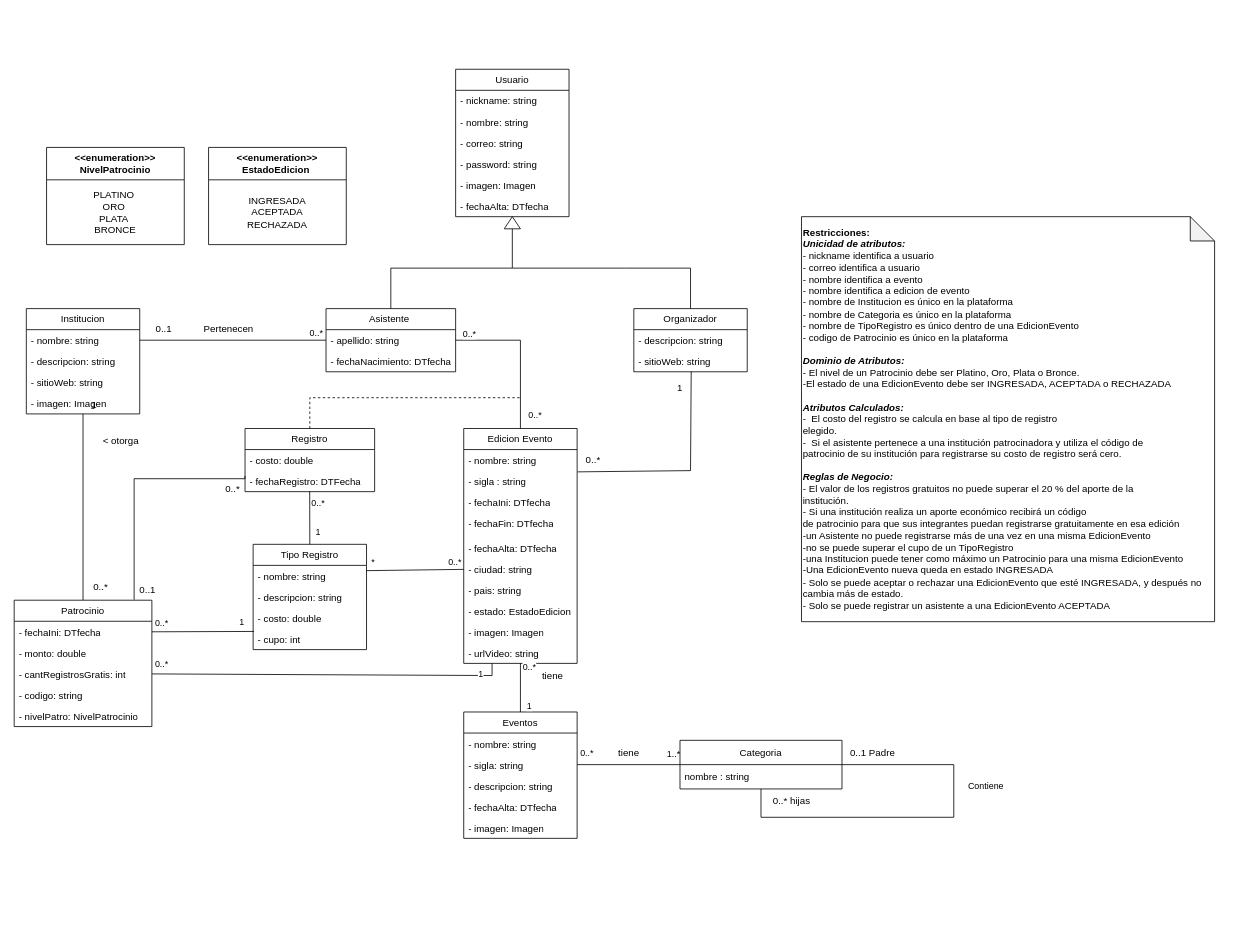
Before: page "ModeloDeDominio" (1 of 2) of docs/ModeloGeneral.drawio.xml in palomacabrera-igl/eventos-uy, a draw.io diagram. Source tidied: cells renumbered, new cells numbered last; positions are measured from the earlier drawing's top-left corner, leaving out a move shared by most shapes. Both pictures are drawn from the tidied source at 81%, with x=0, y=0 at pixel (14, 69).
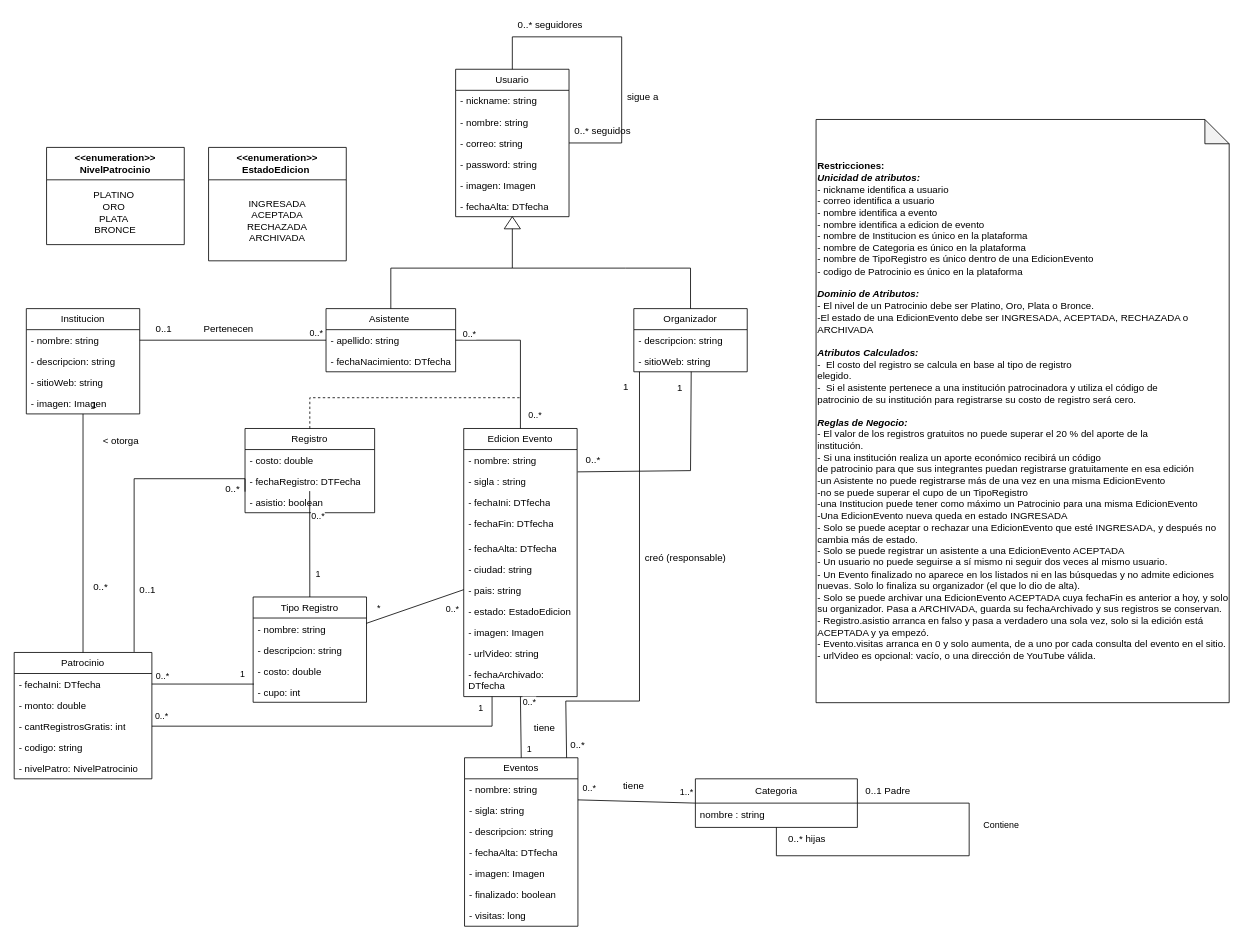
After the change.

The change refers to these unchanged cells:
```xml
<mxCell id="2" value="Usuario" style="swimlane;fontStyle=0;horizontal=1;startSize=26;fillColor=none;whiteSpace=wrap;html=1;strokeColor=light-dark(#000000,#FF3333);rounded=0;" parent="1" vertex="1">
  <mxGeometry x="545" width="140" height="182" as="geometry" />
</mxCell>
<mxCell id="14" value="Organizador" style="swimlane;fontStyle=0;horizontal=1;startSize=26;fillColor=none;whiteSpace=wrap;html=1;rounded=0;" parent="1" vertex="1">
  <mxGeometry x="765" y="295.5" width="140" height="78" as="geometry" />
</mxCell>
<mxCell id="26" value="- ciudad: string" style="text;strokeColor=none;fillColor=none;align=left;verticalAlign=top;spacingLeft=4;spacingRight=4;overflow=hidden;points=[[0,0.5],[1,0.5]];portConstraint=eastwest;whiteSpace=wrap;html=1;rounded=0;" parent="20" vertex="1">
  <mxGeometry y="160" width="140" height="26" as="geometry" />
</mxCell>
<mxCell id="27" value="- pais: string&amp;nbsp;" style="text;strokeColor=none;fillColor=none;align=left;verticalAlign=top;spacingLeft=4;spacingRight=4;overflow=hidden;points=[[0,0.5],[1,0.5]];portConstraint=eastwest;whiteSpace=wrap;html=1;rounded=0;" parent="20" vertex="1">
  <mxGeometry y="186" width="140" height="26" as="geometry" />
</mxCell>
<mxCell id="40" value="- cantRegistrosGratis: int" style="text;strokeColor=none;fillColor=none;align=left;verticalAlign=top;spacingLeft=4;spacingRight=4;overflow=hidden;points=[[0,0.5],[1,0.5]];portConstraint=eastwest;whiteSpace=wrap;html=1;rounded=0;" parent="37" vertex="1">
  <mxGeometry y="78" width="170" height="26" as="geometry" />
</mxCell>
```

Diff of the diagram source:
```diff
@@
     <mxCell id="9" value="Tipo Registro" style="swimlane;fontStyle=0;horizontal=1;startSize=26;fillColor=none;whiteSpace=wrap;html=1;rounded=0;" parent="1" vertex="1">
-      <mxGeometry x="295" y="586.5" width="140" height="130" as="geometry" />
+      <mxGeometry x="295" y="651.5" width="140" height="130" as="geometry" />
     </mxCell>
@@
     <mxCell id="20" value="Edicion Evento" style="swimlane;fontStyle=0;horizontal=1;startSize=26;fillColor=none;whiteSpace=wrap;html=1;rounded=0;" parent="1" vertex="1">
-      <mxGeometry x="555" y="443.5" width="140" height="290" as="geometry" />
+      <mxGeometry x="555" y="443.5" width="140" height="331" as="geometry" />
     </mxCell>
@@
+    <mxCell id="104" value="- fechaArchivado: DTfecha" style="text;strokeColor=none;fillColor=none;align=left;verticalAlign=top;spacingLeft=4;spacingRight=4;overflow=hidden;whiteSpace=wrap;html=1;rounded=0;" parent="20" vertex="1">
+      <mxGeometry y="290" width="140" height="41" as="geometry" />
+    </mxCell>
     <mxCell id="31" value="Eventos" style="swimlane;fontStyle=0;horizontal=1;startSize=26;fillColor=none;whiteSpace=wrap;html=1;strokeColor=light-dark(#000000,#FF3333);rounded=0;" parent="1" vertex="1">
-      <mxGeometry x="555" y="793.5" width="140" height="156" as="geometry" />
+      <mxGeometry x="556" y="850" width="140" height="208" as="geometry" />
     </mxCell>
@@
+    <mxCell id="105" value="- finalizado: boolean" style="text;strokeColor=none;fillColor=none;align=left;verticalAlign=top;spacingLeft=4;spacingRight=4;overflow=hidden;whiteSpace=wrap;html=1;rounded=0;" parent="31" vertex="1">
+      <mxGeometry y="156" width="140" height="26" as="geometry" />
+    </mxCell>
+    <mxCell id="106" value="- visitas: long" style="text;strokeColor=none;fillColor=none;align=left;verticalAlign=top;spacingLeft=4;spacingRight=4;overflow=hidden;whiteSpace=wrap;html=1;rounded=0;" parent="31" vertex="1">
+      <mxGeometry y="182" width="140" height="26" as="geometry" />
+    </mxCell>
     <mxCell id="37" value="Patrocinio" style="swimlane;fontStyle=0;horizontal=1;startSize=26;fillColor=none;whiteSpace=wrap;html=1;rounded=0;" parent="1" vertex="1">
-      <mxGeometry y="655.5" width="170" height="156" as="geometry" />
+      <mxGeometry y="720" width="170" height="156" as="geometry" />
     </mxCell>
@@
-    <mxCell id="51" style="endArrow=none;html=1;rounded=0;exitX=0;exitY=0.5;exitDx=0;exitDy=0;" parent="1" edge="1" source="87">
-      <mxGeometry relative="1" as="geometry">
-        <mxPoint x="695" y="858.5" as="targetPoint" />
-      </mxGeometry>
+    <mxCell id="51" style="endArrow=none;html=1;rounded=0;exitX=0;exitY=0.5;exitDx=0;exitDy=0;entryX=1;entryY=0.25;entryDx=0;entryDy=0;" parent="1" edge="1" source="87" target="31">
+      <mxGeometry relative="1" as="geometry" />
     </mxCell>
@@
     <mxCell id="64" value="Registro" style="swimlane;fontStyle=0;horizontal=1;startSize=26;fillColor=none;whiteSpace=wrap;html=1;rounded=0;" parent="1" vertex="1">
-      <mxGeometry x="285" y="443.5" width="160" height="78" as="geometry" />
+      <mxGeometry x="285" y="443.5" width="160" height="104" as="geometry" />
     </mxCell>
@@
+    <mxCell id="107" value="- asistio: boolean" style="text;strokeColor=none;fillColor=none;align=left;verticalAlign=top;spacingLeft=4;spacingRight=4;overflow=hidden;whiteSpace=wrap;html=1;rounded=0;" parent="64" vertex="1">
+      <mxGeometry y="78" width="160" height="26" as="geometry" />
+    </mxCell>
@@
     <mxCell id="71" style="endArrow=none;html=1;rounded=0;exitX=1;exitY=0.5;exitDx=0;exitDy=0;entryX=0.25;entryY=1;entryDx=0;entryDy=0;" parent="1" edge="1" source="40" target="20">
       <mxGeometry relative="1" as="geometry">
         <Array as="points">
-          <mxPoint x="590" y="748.5" />
+          <mxPoint x="590" y="811" />
         </Array>
       </mxGeometry>
     </mxCell>
@@
     <mxCell id="73" value="0..*" style="edgeLabel;html=1;align=center;verticalAlign=middle;rounded=0;" parent="71" vertex="1">
-      <mxGeometry x="-0.8" y="-3" relative="1" as="geometry">
+      <mxGeometry x="-0.81" y="-3" relative="1" as="geometry">
         <mxPoint x="-32" y="-16" as="offset" />
       </mxGeometry>
     </mxCell>
@@
-    <mxCell id="77" style="endArrow=none;html=1;rounded=0;exitX=1;exitY=0.25;exitDx=0;exitDy=0;" parent="1" edge="1" source="9" target="26">
+    <mxCell id="77" style="endArrow=none;html=1;rounded=0;exitX=1;exitY=0.25;exitDx=0;exitDy=0;entryX=0;entryY=0.5;entryDx=0;entryDy=0;" parent="1" edge="1" source="9" target="27">
       <mxGeometry relative="1" as="geometry" />
     </mxCell>
     <mxCell id="78" value="0..*" style="edgeLabel;html=1;align=center;verticalAlign=middle;rounded=0;" parent="77" vertex="1">
-      <mxGeometry x="-0.73" y="2" relative="1" as="geometry">
-        <mxPoint x="93" y="-8" as="offset" />
+      <mxGeometry x="-0.65" y="2" relative="1" as="geometry">
+        <mxPoint x="85" y="-8" as="offset" />
       </mxGeometry>
     </mxCell>
     <mxCell id="79" value="*" style="edgeLabel;html=1;align=center;verticalAlign=middle;rounded=0;" parent="77" vertex="1">
-      <mxGeometry x="-0.66" y="1" relative="1" as="geometry">
+      <mxGeometry x="-0.56" y="1" relative="1" as="geometry">
         <mxPoint x="-12" y="-9" as="offset" />
       </mxGeometry>
     </mxCell>
@@
-    <mxCell id="86" value="&lt;div&gt;&lt;b&gt;Restricciones:&lt;/b&gt;&lt;/div&gt;&lt;div&gt;&lt;i&gt;&lt;b&gt;Unicidad de atributos:&lt;/b&gt;&lt;/i&gt;&lt;/div&gt;&lt;div&gt;- nickname identifica a usuario&lt;/div&gt;&lt;div&gt;- correo identifica a usuario&lt;/div&gt;&lt;div&gt;- nombre identifica a evento&lt;/div&gt;&lt;div&gt;- nombre identifica a edicion de evento&lt;/div&gt;&lt;div&gt;&lt;span style=&quot;background-color: transparent; font-size: 12px;&quot;&gt;- nombre de Institucion es único en la plataforma&lt;/span&gt;&lt;/div&gt;&lt;div&gt;&lt;span style=&quot;font-size: 12px;&quot;&gt;- nombre de Categoria es único en la plataforma&lt;/span&gt;&lt;/div&gt;&lt;div&gt;&lt;span style=&quot;font-size: 12px;&quot;&gt;- nombre de TipoRegistro es único dentro de una EdicionEvento&lt;/span&gt;&lt;/div&gt;&lt;div&gt;&lt;span style=&quot;font-size: 12px;&quot;&gt;- codigo de Patrocinio es único en la plataforma&lt;/span&gt;&lt;/div&gt;&lt;div&gt;&lt;br&gt;&lt;/div&gt;&lt;div&gt;&lt;i&gt;&lt;b&gt;Dominio de Atributos:&lt;/b&gt;&lt;/i&gt;&lt;/div&gt;&lt;div&gt;-&amp;nbsp;El nivel de un Patrocinio debe ser Platino, Oro, Plata o Bronce.&lt;/div&gt;&lt;div&gt;-El estado de una EdicionEvento debe ser INGRESADA, ACEPTADA o RECHAZADA&lt;/div&gt;&lt;div&gt;&lt;br&gt;&lt;/div&gt;&lt;div&gt;&lt;i&gt;&lt;b&gt;Atributos Calculados:&lt;/b&gt;&lt;/i&gt;&lt;/div&gt;&lt;div&gt;-&amp;nbsp; El costo del registro se calcula en base al tipo de registro&lt;br&gt;elegido. &lt;/div&gt;&lt;div&gt;-&amp;nbsp; Si el asistente pertenece a una institución patrocinadora y utiliza el código de&lt;br&gt;patrocinio de su institución para registrarse su costo de registro será cero.&lt;/div&gt;&lt;div&gt;&lt;br&gt;&lt;/div&gt;&lt;div&gt;&lt;b&gt;&lt;i&gt;Reglas de Negocio:&lt;/i&gt;&lt;/b&gt;&lt;/div&gt;&lt;div&gt;- El valor de los registros gratuitos no puede superar el 20 % del aporte de la&lt;br&gt;institución.&lt;/div&gt;&lt;div&gt;- Si una institución realiza un aporte económico recibirá un código&lt;br&gt;de patrocinio para que sus integrantes puedan registrarse gratuitamente en esa edición&lt;/div&gt;&lt;div&gt;&lt;div&gt;&lt;span style=&quot;font-size: 12px;&quot;&gt;-un Asistente no puede registrarse más de una vez&amp;nbsp;&lt;/span&gt;&lt;span style=&quot;background-color: transparent; color: light-dark(rgb(0, 0, 0), rgb(255, 255, 255));&quot;&gt;en una misma EdicionEvento&lt;/span&gt;&lt;/div&gt;&lt;div&gt;&lt;span style=&quot;font-size: 12px;&quot;&gt;-no se puede superar el cupo de un TipoRegistro&lt;/span&gt;&lt;/div&gt;&lt;div&gt;&lt;span style=&quot;font-size: 12px;&quot;&gt;-una Institucion puede tener como máximo un Patrocinio&amp;nbsp;&lt;/span&gt;&lt;span style=&quot;background-color: transparent; color: light-dark(rgb(0, 0, 0), rgb(255, 255, 255));&quot;&gt;para una misma EdicionEvento&lt;/span&gt;&lt;/div&gt;&lt;/div&gt;&lt;div&gt;&lt;span style=&quot;background-color: transparent; color: light-dark(rgb(0, 0, 0), rgb(255, 255, 255));&quot;&gt;-Una EdicionEvento nueva queda en estado INGRESADA&lt;/span&gt;&lt;/div&gt;&lt;div&gt;&lt;span style=&quot;background-color: transparent; color: light-dark(rgb(0, 0, 0), rgb(255, 255, 255));&quot;&gt;- Solo se puede aceptar o rechazar una EdicionEvento que esté INGRESADA, y después no cambia más de estado.&lt;/span&gt;&lt;/div&gt;&lt;div&gt;&lt;span style=&quot;background-color: transparent; color: light-dark(rgb(0, 0, 0), rgb(255, 255, 255));&quot;&gt;- Solo se puede registrar un asistente a una EdicionEvento ACEPTADA&lt;/span&gt;&lt;/div&gt;" style="shape=note;whiteSpace=wrap;html=1;backgroundOutline=1;darkOpacity=0.05;align=left;rounded=0;" parent="1" vertex="1">
-      <mxGeometry x="972" y="182" width="510" height="500" as="geometry" />
+    <mxCell id="86" value="&lt;div&gt;&lt;b&gt;Restricciones:&lt;/b&gt;&lt;/div&gt;&lt;div&gt;&lt;i&gt;&lt;b&gt;Unicidad de atributos:&lt;/b&gt;&lt;/i&gt;&lt;/div&gt;&lt;div&gt;- nickname identifica a usuario&lt;/div&gt;&lt;div&gt;- correo identifica a usuario&lt;/div&gt;&lt;div&gt;- nombre identifica a evento&lt;/div&gt;&lt;div&gt;- nombre identifica a edicion de evento&lt;/div&gt;&lt;div&gt;&lt;span style=&quot;background-color: transparent; font-size: 12px;&quot;&gt;- nombre de Institucion es único en la plataforma&lt;/span&gt;&lt;/div&gt;&lt;div&gt;&lt;span style=&quot;font-size: 12px;&quot;&gt;- nombre de Categoria es único en la plataforma&lt;/span&gt;&lt;/div&gt;&lt;div&gt;&lt;span style=&quot;font-size: 12px;&quot;&gt;- nombre de TipoRegistro es único dentro de una EdicionEvento&lt;/span&gt;&lt;/div&gt;&lt;div&gt;&lt;span style=&quot;font-size: 12px;&quot;&gt;- codigo de Patrocinio es único en la plataforma&lt;/span&gt;&lt;/div&gt;&lt;div&gt;&lt;br&gt;&lt;/div&gt;&lt;div&gt;&lt;i&gt;&lt;b&gt;Dominio de Atributos:&lt;/b&gt;&lt;/i&gt;&lt;/div&gt;&lt;div&gt;-&amp;nbsp;El nivel de un Patrocinio debe ser Platino, Oro, Plata o Bronce.&lt;/div&gt;&lt;div&gt;-El estado de una EdicionEvento debe ser INGRESADA, ACEPTADA, RECHAZADA o ARCHIVADA&lt;/div&gt;&lt;div&gt;&lt;br&gt;&lt;/div&gt;&lt;div&gt;&lt;i&gt;&lt;b&gt;Atributos Calculados:&lt;/b&gt;&lt;/i&gt;&lt;/div&gt;&lt;div&gt;-&amp;nbsp; El costo del registro se calcula en base al tipo de registro&lt;br&gt;elegido. &lt;/div&gt;&lt;div&gt;-&amp;nbsp; Si el asistente pertenece a una institución patrocinadora y utiliza el código de&lt;br&gt;patrocinio de su institución para registrarse su costo de registro será cero.&lt;/div&gt;&lt;div&gt;&lt;br&gt;&lt;/div&gt;&lt;div&gt;&lt;b&gt;&lt;i&gt;Reglas de Negocio:&lt;/i&gt;&lt;/b&gt;&lt;/div&gt;&lt;div&gt;- El valor de los registros gratuitos no puede superar el 20 % del aporte de la&lt;br&gt;institución.&lt;/div&gt;&lt;div&gt;- Si una institución realiza un aporte económico recibirá un código&lt;br&gt;de patrocinio para que sus integrantes puedan registrarse gratuitamente en esa edición&lt;/div&gt;&lt;div&gt;&lt;div&gt;&lt;span style=&quot;font-size: 12px;&quot;&gt;-un Asistente no puede registrarse más de una vez&amp;nbsp;&lt;/span&gt;&lt;span style=&quot;background-color: transparent; color: light-dark(rgb(0, 0, 0), rgb(255, 255, 255));&quot;&gt;en una misma EdicionEvento&lt;/span&gt;&lt;/div&gt;&lt;div&gt;&lt;span style=&quot;font-size: 12px;&quot;&gt;-no se puede superar el cupo de un TipoRegistro&lt;/span&gt;&lt;/div&gt;&lt;div&gt;&lt;span style=&quot;font-size: 12px;&quot;&gt;-una Institucion puede tener como máximo un Patrocinio&amp;nbsp;&lt;/span&gt;&lt;span style=&quot;background-color: transparent; color: light-dark(rgb(0, 0, 0), rgb(255, 255, 255));&quot;&gt;para una misma EdicionEvento&lt;/span&gt;&lt;/div&gt;&lt;/div&gt;&lt;div&gt;&lt;span style=&quot;background-color: transparent; color: light-dark(rgb(0, 0, 0), rgb(255, 255, 255));&quot;&gt;-Una EdicionEvento nueva queda en estado INGRESADA&lt;/span&gt;&lt;/div&gt;&lt;div&gt;&lt;span style=&quot;background-color: transparent; color: light-dark(rgb(0, 0, 0), rgb(255, 255, 255));&quot;&gt;- Solo se puede aceptar o rechazar una EdicionEvento que esté INGRESADA, y después no cambia más de estado.&lt;/span&gt;&lt;/div&gt;&lt;div&gt;&lt;span style=&quot;background-color: transparent; color: light-dark(rgb(0, 0, 0), rgb(255, 255, 255));&quot;&gt;- Solo se puede registrar un asistente a una EdicionEvento ACEPTADA&lt;/span&gt;&lt;/div&gt;&lt;div&gt;&lt;span style=&quot;font-size: 12px;&quot;&gt;- Un usuario no puede seguirse a sí mismo ni seguir dos veces al mismo usuario.&lt;/span&gt;&lt;/div&gt;&lt;div&gt;&lt;span style=&quot;font-size: 12px;&quot;&gt;- Un Evento finalizado no aparece en los listados ni en las búsquedas y no admite ediciones nuevas. Solo lo finaliza su organizador (el que lo dio de alta).&lt;/span&gt;&lt;/div&gt;&lt;div&gt;&lt;span style=&quot;font-size: 12px;&quot;&gt;- Solo se puede archivar una EdicionEvento ACEPTADA cuya fechaFin es anterior a hoy, y solo su organizador. Pasa a ARCHIVADA, guarda su fechaArchivado y sus registros se conservan.&lt;/span&gt;&lt;/div&gt;&lt;div&gt;&lt;span style=&quot;font-size: 12px;&quot;&gt;- Registro.asistio arranca en falso y pasa a verdadero una sola vez, solo si la edición está ACEPTADA y ya empezó.&lt;/span&gt;&lt;/div&gt;&lt;div&gt;&lt;span style=&quot;font-size: 12px;&quot;&gt;- Evento.visitas arranca en 0 y solo aumenta, de a uno por cada consulta del evento en el sitio.&lt;/span&gt;&lt;/div&gt;&lt;div&gt;&lt;span style=&quot;font-size: 12px;&quot;&gt;- urlVideo es opcional: vacío, o una dirección de YouTube válida.&lt;/span&gt;&lt;/div&gt;" style="shape=note;whiteSpace=wrap;html=1;backgroundOutline=1;darkOpacity=0.05;align=left;rounded=0;" parent="1" vertex="1">
+      <mxGeometry x="990" y="62" width="510" height="720" as="geometry" />
     </mxCell>
     <mxCell id="87" value="Categoria" style="swimlane;fontStyle=0;horizontal=1;startSize=30;whiteSpace=wrap;html=1;strokeColor=light-dark(#000000,#FF3333);rounded=0;" parent="1" vertex="1">
-      <mxGeometry x="822" y="828.5" width="200" height="60" as="geometry" />
+      <mxGeometry x="841" y="876" width="200" height="60" as="geometry" />
     </mxCell>
@@
     <mxCell id="91" value="tiene" style="text;html=1;whiteSpace=wrap;strokeColor=none;fillColor=none;align=center;verticalAlign=middle;rounded=0;" parent="1" vertex="1">
-      <mxGeometry x="635" y="733.5" width="60" height="30" as="geometry" />
+      <mxGeometry x="625" y="798.5" width="60" height="30" as="geometry" />
     </mxCell>
     <mxCell id="92" value="tiene" style="text;html=1;whiteSpace=wrap;strokeColor=none;fillColor=none;align=center;verticalAlign=middle;rounded=0;" parent="1" vertex="1">
-      <mxGeometry x="729" y="828.5" width="60" height="30" as="geometry" />
+      <mxGeometry x="735" y="870" width="60" height="30" as="geometry" />
     </mxCell>
@@
     <mxCell id="95" style="edgeStyle=orthogonalEdgeStyle;rounded=0;orthogonalLoop=1;jettySize=auto;html=1;innerLoopWaypoints=1;exitX=1;exitY=0.5;exitDx=0;exitDy=0;entryX=0.5;entryY=1;entryDx=0;entryDy=0;endArrow=none;endFill=0;" parent="1" edge="1" source="87" target="87">
       <mxGeometry relative="1" as="geometry">
         <Array as="points">
-          <mxPoint x="1160" y="858.5" />
-          <mxPoint x="1160" y="923.5" />
-          <mxPoint x="922" y="923.5" />
+          <mxPoint x="1179" y="906" />
+          <mxPoint x="1179" y="971" />
+          <mxPoint x="941" y="971" />
         </Array>
       </mxGeometry>
     </mxCell>
@@
     <mxCell id="97" value="0..1 Padre" style="text;html=1;whiteSpace=wrap;strokeColor=none;fillColor=none;align=center;verticalAlign=middle;rounded=0;" parent="1" vertex="1">
-      <mxGeometry x="1030" y="828.5" width="60" height="30" as="geometry" />
+      <mxGeometry x="1049" y="876" width="60" height="30" as="geometry" />
     </mxCell>
     <mxCell id="98" value="0..* hijas" style="text;html=1;whiteSpace=wrap;strokeColor=none;fillColor=none;align=center;verticalAlign=middle;rounded=0;" parent="1" vertex="1">
-      <mxGeometry x="930" y="888.5" width="60" height="30" as="geometry" />
+      <mxGeometry x="949" y="936" width="60" height="30" as="geometry" />
     </mxCell>
     <mxCell id="99" value="&lt;div&gt;&amp;lt;&amp;lt;enumeration&amp;gt;&amp;gt;&lt;/div&gt;&lt;div&gt;EstadoEdicion&amp;nbsp;&lt;/div&gt;" style="swimlane;fontStyle=1;align=center;verticalAlign=middle;horizontal=1;startSize=40;html=1;whiteSpace=wrap;rounded=0;" parent="1" vertex="1">
-      <mxGeometry x="240" y="96.5" width="170" height="120" as="geometry" />
+      <mxGeometry x="240" y="96.5" width="170" height="140" as="geometry" />
     </mxCell>
-    <mxCell id="100" value="INGRESADA&lt;div&gt;ACEPTADA&lt;/div&gt;&lt;div&gt;RECHAZADA&lt;/div&gt;" style="text;html=1;whiteSpace=wrap;strokeColor=none;fillColor=none;align=center;verticalAlign=middle;rounded=0;" parent="99" vertex="1">
-      <mxGeometry y="40" width="170" height="80" as="geometry" />
+    <mxCell id="100" value="INGRESADA&lt;div&gt;ACEPTADA&lt;/div&gt;&lt;div&gt;RECHAZADA&lt;/div&gt;&lt;div&gt;ARCHIVADA&lt;/div&gt;" style="text;html=1;whiteSpace=wrap;strokeColor=none;fillColor=none;align=center;verticalAlign=middle;rounded=0;" parent="99" vertex="1">
+      <mxGeometry y="40" width="170" height="100" as="geometry" />
     </mxCell>
@@
+    <mxCell id="108" style="edgeStyle=orthogonalEdgeStyle;rounded=0;orthogonalLoop=1;jettySize=auto;html=1;endArrow=none;endFill=0;exitX=1;exitY=0.5;exitDx=0;exitDy=0;entryX=0.5;entryY=0;entryDx=0;entryDy=0;" parent="1" edge="1" source="2" target="2">
+      <mxGeometry relative="1" as="geometry">
+        <Array as="points">
+          <mxPoint x="750" y="91" />
+          <mxPoint x="750" y="-40" />
+          <mxPoint x="615" y="-40" />
+        </Array>
+      </mxGeometry>
+    </mxCell>
+    <mxCell id="109" value="sigue a" style="text;html=1;whiteSpace=wrap;strokeColor=none;fillColor=none;" parent="1" vertex="1">
+      <mxGeometry x="755" y="20" width="60" height="30" as="geometry" />
+    </mxCell>
+    <mxCell id="110" value="0..* seguidos" style="text;html=1;whiteSpace=wrap;strokeColor=none;fillColor=none;" parent="1" vertex="1">
+      <mxGeometry x="690" y="62" width="80" height="30" as="geometry" />
+    </mxCell>
+    <mxCell id="111" value="0..* seguidores" style="text;html=1;whiteSpace=wrap;strokeColor=none;fillColor=none;" parent="1" vertex="1">
+      <mxGeometry x="620" y="-68" width="100" height="30" as="geometry" />
+    </mxCell>
+    <mxCell id="112" style="endArrow=none;html=1;rounded=0;exitX=0.05;exitY=1;exitDx=0;exitDy=0;entryX=0.9;entryY=0;entryDx=0;entryDy=0;" parent="1" edge="1" source="14" target="31">
+      <mxGeometry relative="1" as="geometry">
+        <Array as="points">
+          <mxPoint x="772" y="780" />
+          <mxPoint x="681" y="780" />
+        </Array>
+      </mxGeometry>
+    </mxCell>
+    <mxCell id="113" value="1" style="text;html=1;whiteSpace=wrap;strokeColor=none;fillColor=none;" parent="1" vertex="1">
+      <mxGeometry x="750" y="378" width="20" height="20" as="geometry" />
+    </mxCell>
+    <mxCell id="114" value="creó (responsable)" style="text;html=1;whiteSpace=wrap;strokeColor=none;fillColor=none;" parent="1" vertex="1">
+      <mxGeometry x="777" y="590" width="120" height="30" as="geometry" />
+    </mxCell>
+    <mxCell id="115" value="0..*" style="text;html=1;whiteSpace=wrap;strokeColor=none;fillColor=none;" parent="1" vertex="1">
+      <mxGeometry x="685" y="820" width="40" height="26" as="geometry" />
+    </mxCell>
```
